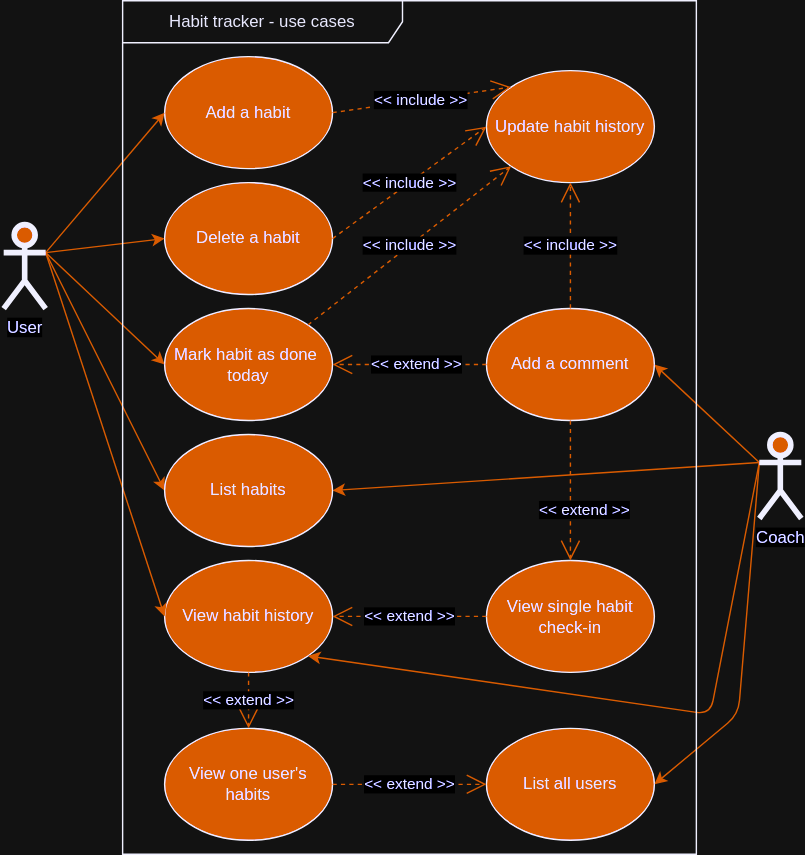
This is Use_Case.drawio.svg from catoja1107/WifiScan, a draw.io export, as it was before one commit. Source tidied: cells renumbered, new cells last; positions are measured from the earlier drawing's top-left corner, leaving out a move shared by most shapes. Its diagram source:
```xml
<mxGraphModel>
  <root>
    <mxCell id="0" />
    <mxCell id="1" parent="0" />
    <mxCell id="2" value="Add a habit" style="ellipse;whiteSpace=wrap;html=1;fillColor=#FF8000;strokeColor=#000066;fontColor=#000099;" parent="1" vertex="1">
      <mxGeometry x="115" y="40" width="120" height="80" as="geometry" />
    </mxCell>
    <mxCell id="3" value="Delete a habit" style="ellipse;whiteSpace=wrap;html=1;fillColor=#FF8000;strokeColor=#000066;fontColor=#000099;" parent="1" vertex="1">
      <mxGeometry x="115" y="130" width="120" height="80" as="geometry" />
    </mxCell>
    <mxCell id="4" value="Mark habit as done&amp;nbsp; today" style="ellipse;whiteSpace=wrap;html=1;fillColor=#FF8000;strokeColor=#000066;fontColor=#000099;" parent="1" vertex="1">
      <mxGeometry x="115" y="220" width="120" height="80" as="geometry" />
    </mxCell>
    <mxCell id="5" value="Add a comment" style="ellipse;whiteSpace=wrap;html=1;fillColor=#FF8000;strokeColor=#000066;fontColor=#000099;" parent="1" vertex="1">
      <mxGeometry x="345" y="220" width="120" height="80" as="geometry" />
    </mxCell>
    <mxCell id="6" value="Update habit history" style="ellipse;whiteSpace=wrap;html=1;fillColor=#FF8000;strokeColor=#000066;fontColor=#000099;" parent="1" vertex="1">
      <mxGeometry x="345" y="50" width="120" height="80" as="geometry" />
    </mxCell>
    <mxCell id="7" value="View habit history" style="ellipse;whiteSpace=wrap;html=1;fillColor=#FF8000;strokeColor=#000066;fontColor=#000099;" parent="1" vertex="1">
      <mxGeometry x="115" y="400" width="120" height="80" as="geometry" />
    </mxCell>
    <mxCell id="8" value="View one user's habits" style="ellipse;whiteSpace=wrap;html=1;fillColor=#FF8000;strokeColor=#000066;fontColor=#000099;" parent="1" vertex="1">
      <mxGeometry x="115" y="520" width="120" height="80" as="geometry" />
    </mxCell>
    <mxCell id="9" value="View single habit check-in" style="ellipse;whiteSpace=wrap;html=1;fillColor=#FF8000;strokeColor=#000066;fontColor=#000099;" parent="1" vertex="1">
      <mxGeometry x="345" y="400" width="120" height="80" as="geometry" />
    </mxCell>
    <mxCell id="10" value="List all users" style="ellipse;whiteSpace=wrap;html=1;fillColor=#FF8000;strokeColor=#000066;fontColor=#000099;" parent="1" vertex="1">
      <mxGeometry x="345" y="520" width="120" height="80" as="geometry" />
    </mxCell>
    <mxCell id="11" style="html=1;exitX=1;exitY=0.3333333333333333;exitPerimeter=0;entryX=0;entryY=0.5;jettySize=auto;fillColor=#f8cecc;strokeColor=#FF8000;curved=1;fontColor=#000099;" parent="1" edge="1" source="16" target="2">
      <mxGeometry relative="1" as="geometry" />
    </mxCell>
    <mxCell id="12" style="html=1;exitX=1;exitY=0.3333333333333333;exitPerimeter=0;entryX=0;entryY=0.5;jettySize=auto;curved=1;fontColor=#000099;strokeColor=#FF8000;" parent="1" edge="1" source="16" target="3">
      <mxGeometry relative="1" as="geometry" />
    </mxCell>
    <mxCell id="13" style="rounded=0;html=1;exitX=1;exitY=0.3333333333333333;exitPerimeter=0;entryX=0;entryY=0.5;jettySize=auto;fontColor=#000099;strokeColor=#FF8000;" parent="1" edge="1" source="16" target="27">
      <mxGeometry relative="1" as="geometry" />
    </mxCell>
    <mxCell id="14" style="edgeStyle=none;curved=1;html=1;exitX=1;exitY=0.3333333333333333;exitPerimeter=0;entryX=0;entryY=0.5;jettySize=auto;strokeColor=#FF8000;fontColor=#000099;" parent="1" edge="1" source="16" target="4">
      <mxGeometry relative="1" as="geometry" />
    </mxCell>
    <mxCell id="15" style="edgeStyle=none;curved=1;html=1;exitX=1;exitY=0.3333333333333333;exitPerimeter=0;jettySize=auto;strokeColor=#FF8000;entryX=0;entryY=0.5;fontColor=#000099;" parent="1" edge="1" source="16" target="7">
      <mxGeometry relative="1" as="geometry" />
    </mxCell>
    <mxCell id="16" value="User" style="shape=umlActor;verticalLabelPosition=bottom;labelBackgroundColor=#ffffff;verticalAlign=top;html=1;strokeWidth=4;fillColor=#FF8000;strokeColor=#000066;fontColor=#000099;" parent="1" vertex="1">
      <mxGeometry y="160" width="30" height="60" as="geometry" />
    </mxCell>
    <mxCell id="17" style="rounded=0;html=1;exitX=0;exitY=0.3333333333333333;exitPerimeter=0;entryX=1;entryY=0.5;jettySize=auto;fontColor=#000099;strokeColor=#FF8000;" parent="1" edge="1" source="21" target="5">
      <mxGeometry relative="1" as="geometry" />
    </mxCell>
    <mxCell id="18" style="edgeStyle=none;curved=1;html=1;exitX=0;exitY=0.3333333333333333;exitPerimeter=0;entryX=1;entryY=0.5;jettySize=auto;strokeColor=#FF8000;fontColor=#000099;" parent="1" edge="1" source="21" target="27">
      <mxGeometry relative="1" as="geometry" />
    </mxCell>
    <mxCell id="19" style="edgeStyle=none;html=1;exitX=0;exitY=0.3333333333333333;exitPerimeter=0;entryX=1;entryY=1;jettySize=auto;strokeColor=#FF8000;rounded=1;fontColor=#000099;" parent="1" edge="1" source="21" target="7">
      <mxGeometry relative="1" as="geometry">
        <Array as="points">
          <mxPoint x="505" y="510" />
        </Array>
      </mxGeometry>
    </mxCell>
    <mxCell id="20" style="edgeStyle=none;rounded=1;html=1;exitX=0;exitY=0.3333333333333333;exitPerimeter=0;entryX=1;entryY=0.5;jettySize=auto;strokeColor=#FF8000;fontSize=14;fontColor=#000099;" parent="1" edge="1" source="21" target="10">
      <mxGeometry relative="1" as="geometry">
        <Array as="points">
          <mxPoint x="525" y="510" />
        </Array>
      </mxGeometry>
    </mxCell>
    <mxCell id="21" value="Coach" style="shape=umlActor;verticalLabelPosition=bottom;labelBackgroundColor=#ffffff;verticalAlign=top;html=1;strokeWidth=4;fillColor=#FF8000;strokeColor=#000066;fontColor=#000099;" parent="1" vertex="1">
      <mxGeometry x="540" y="310" width="30" height="60" as="geometry" />
    </mxCell>
    <mxCell id="22" value="&amp;lt;&amp;lt; extend &amp;gt;&amp;gt;" style="endArrow=open;endSize=12;dashed=1;html=1;exitX=0;exitY=0.5;entryX=1;entryY=0.5;fontColor=#000099;strokeColor=#FF8000;" parent="1" edge="1" source="9" target="7">
      <mxGeometry relative="1" as="geometry" />
    </mxCell>
    <mxCell id="23" value="Habit tracker - use cases" style="shape=umlFrame;whiteSpace=wrap;html=1;strokeWidth=1;fillColor=none;width=200;height=30;fontColor=#000099;strokeColor=#000066;" parent="1" vertex="1">
      <mxGeometry x="85" width="410" height="610" as="geometry" />
    </mxCell>
    <mxCell id="24" value="&amp;lt;&amp;lt; include &amp;gt;&amp;gt;" style="endArrow=open;endSize=12;dashed=1;html=1;exitX=1;exitY=0;entryX=0;entryY=1;fontColor=#000099;strokeColor=#FF8000;" parent="1" edge="1" source="4" target="6">
      <mxGeometry relative="1" as="geometry" />
    </mxCell>
    <mxCell id="25" value="&amp;lt;&amp;lt; extend &amp;gt;&amp;gt;" style="endArrow=open;endSize=12;dashed=1;html=1;exitX=0.5;exitY=1;entryX=0.5;entryY=0;fontColor=#000099;strokeColor=#FF8000;" parent="1" edge="1" source="5" target="9">
      <mxGeometry x="0.27" y="10" relative="1" as="geometry" />
    </mxCell>
    <mxCell id="26" value="&amp;lt;&amp;lt; extend &amp;gt;&amp;gt;" style="endArrow=open;endSize=12;dashed=1;html=1;entryX=1;entryY=0.5;exitX=0;exitY=0.5;fontColor=#000099;strokeColor=#FF8000;" parent="1" edge="1" source="5" target="4">
      <mxGeometry x="-0.09" relative="1" as="geometry" />
    </mxCell>
    <mxCell id="27" value="List habits" style="ellipse;whiteSpace=wrap;html=1;fillColor=#FF8000;strokeColor=#000066;fontColor=#000099;" parent="1" vertex="1">
      <mxGeometry x="115" y="310" width="120" height="80" as="geometry" />
    </mxCell>
    <mxCell id="28" value="&amp;lt;&amp;lt; include &amp;gt;&amp;gt;" style="endArrow=open;endSize=12;dashed=1;html=1;exitX=1;exitY=0.5;entryX=0;entryY=0.5;fontColor=#000099;strokeColor=#FF8000;" parent="1" edge="1" source="3" target="6">
      <mxGeometry relative="1" as="geometry" />
    </mxCell>
    <mxCell id="29" value="&amp;lt;&amp;lt; include &amp;gt;&amp;gt;" style="endArrow=open;endSize=12;dashed=1;html=1;exitX=1;exitY=0.5;entryX=0;entryY=0;fontColor=#000099;strokeColor=#FF8000;" parent="1" edge="1" source="2" target="6">
      <mxGeometry relative="1" as="geometry" />
    </mxCell>
    <mxCell id="30" value="&amp;lt;&amp;lt; include &amp;gt;&amp;gt;" style="endArrow=open;endSize=12;dashed=1;html=1;exitX=0.5;exitY=0;entryX=0.5;entryY=1;fontColor=#000099;strokeColor=#FF8000;" parent="1" edge="1" source="5" target="6">
      <mxGeometry relative="1" as="geometry" />
    </mxCell>
    <mxCell id="31" value="&amp;lt;&amp;lt; extend &amp;gt;&amp;gt;" style="endArrow=open;endSize=12;dashed=1;html=1;exitX=1;exitY=0.5;entryX=0;entryY=0.5;fontColor=#000099;strokeColor=#FF8000;" parent="1" edge="1" source="8" target="10">
      <mxGeometry relative="1" as="geometry" />
    </mxCell>
    <mxCell id="32" value="&amp;lt;&amp;lt; extend &amp;gt;&amp;gt;" style="endArrow=open;endSize=12;dashed=1;html=1;exitX=0.5;exitY=1;entryX=0.5;entryY=0;fontColor=#000099;strokeColor=#FF8000;" parent="1" edge="1" source="7" target="8">
      <mxGeometry relative="1" as="geometry" />
    </mxCell>
  </root>
</mxGraphModel>
```
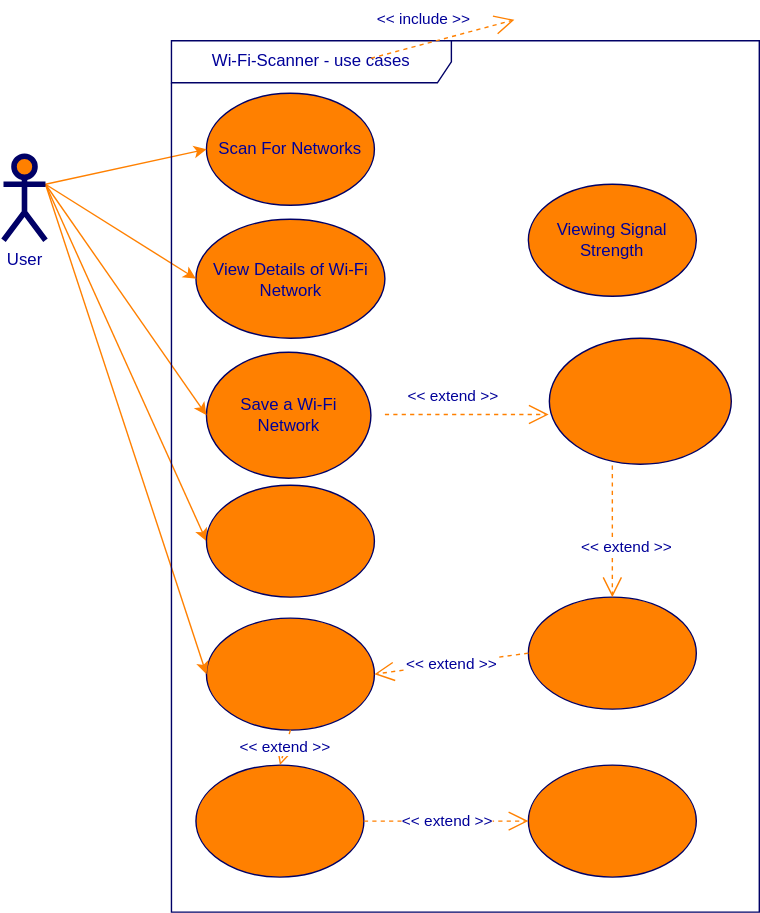
The same diagram one commit later.

Change to the diagram source:
```diff
@@ -2,31 +2,28 @@
   <root>
     <mxCell id="0" />
     <mxCell id="1" parent="0" />
-    <mxCell id="2" value="Add a habit" style="ellipse;whiteSpace=wrap;html=1;fillColor=#FF8000;strokeColor=#000066;fontColor=#000099;" parent="1" vertex="1">
+    <mxCell id="2" value="Scan For Networks" style="ellipse;whiteSpace=wrap;html=1;fillColor=#FF8000;strokeColor=#000066;fontColor=#000099;" parent="1" vertex="1">
       <mxGeometry x="115" y="40" width="120" height="80" as="geometry" />
     </mxCell>
-    <mxCell id="3" value="Delete a habit" style="ellipse;whiteSpace=wrap;html=1;fillColor=#FF8000;strokeColor=#000066;fontColor=#000099;" parent="1" vertex="1">
-      <mxGeometry x="115" y="130" width="120" height="80" as="geometry" />
+    <mxCell id="3" value="View Details of Wi-Fi Network" style="ellipse;whiteSpace=wrap;html=1;fillColor=#FF8000;strokeColor=#000066;fontColor=#000099;" parent="1" vertex="1">
+      <mxGeometry x="107.5" y="130" width="135" height="85" as="geometry" />
     </mxCell>
-    <mxCell id="4" value="Mark habit as done&amp;nbsp; today" style="ellipse;whiteSpace=wrap;html=1;fillColor=#FF8000;strokeColor=#000066;fontColor=#000099;" parent="1" vertex="1">
-      <mxGeometry x="115" y="220" width="120" height="80" as="geometry" />
+    <mxCell id="4" value="Save a Wi-Fi Network" style="ellipse;whiteSpace=wrap;html=1;fillColor=#FF8000;strokeColor=#000066;fontColor=#000099;" parent="1" vertex="1">
+      <mxGeometry x="115" y="225" width="117.5" height="90" as="geometry" />
     </mxCell>
-    <mxCell id="5" value="Add a comment" style="ellipse;whiteSpace=wrap;html=1;fillColor=#FF8000;strokeColor=#000066;fontColor=#000099;" parent="1" vertex="1">
-      <mxGeometry x="345" y="220" width="120" height="80" as="geometry" />
-    </mxCell>
-    <mxCell id="6" value="Update habit history" style="ellipse;whiteSpace=wrap;html=1;fillColor=#FF8000;strokeColor=#000066;fontColor=#000099;" parent="1" vertex="1">
-      <mxGeometry x="345" y="50" width="120" height="80" as="geometry" />
+    <mxCell id="6" value="Viewing Signal Strength" style="ellipse;whiteSpace=wrap;html=1;fillColor=#FF8000;strokeColor=#000066;fontColor=#000099;" parent="1" vertex="1">
+      <mxGeometry x="345" y="105" width="120" height="80" as="geometry" />
     </mxCell>
-    <mxCell id="7" value="View habit history" style="ellipse;whiteSpace=wrap;html=1;fillColor=#FF8000;strokeColor=#000066;fontColor=#000099;" parent="1" vertex="1">
-      <mxGeometry x="115" y="400" width="120" height="80" as="geometry" />
+    <mxCell id="7" style="ellipse;whiteSpace=wrap;html=1;fillColor=#FF8000;strokeColor=#000066;fontColor=#000099;" parent="1" vertex="1">
+      <mxGeometry x="115" y="415" width="120" height="80" as="geometry" />
     </mxCell>
-    <mxCell id="8" value="View one user's habits" style="ellipse;whiteSpace=wrap;html=1;fillColor=#FF8000;strokeColor=#000066;fontColor=#000099;" parent="1" vertex="1">
-      <mxGeometry x="115" y="520" width="120" height="80" as="geometry" />
+    <mxCell id="8" style="ellipse;whiteSpace=wrap;html=1;fillColor=#FF8000;strokeColor=#000066;fontColor=#000099;" parent="1" vertex="1">
+      <mxGeometry x="107.5" y="520" width="120" height="80" as="geometry" />
     </mxCell>
-    <mxCell id="9" value="View single habit check-in" style="ellipse;whiteSpace=wrap;html=1;fillColor=#FF8000;strokeColor=#000066;fontColor=#000099;" parent="1" vertex="1">
+    <mxCell id="9" style="ellipse;whiteSpace=wrap;html=1;fillColor=#FF8000;strokeColor=#000066;fontColor=#000099;" parent="1" vertex="1">
       <mxGeometry x="345" y="400" width="120" height="80" as="geometry" />
     </mxCell>
-    <mxCell id="10" value="List all users" style="ellipse;whiteSpace=wrap;html=1;fillColor=#FF8000;strokeColor=#000066;fontColor=#000099;" parent="1" vertex="1">
+    <mxCell id="10" style="ellipse;whiteSpace=wrap;html=1;fillColor=#FF8000;strokeColor=#000066;fontColor=#000099;" parent="1" vertex="1">
       <mxGeometry x="345" y="520" width="120" height="80" as="geometry" />
     </mxCell>
     <mxCell id="11" style="html=1;exitX=1;exitY=0.3333333333333333;exitPerimeter=0;entryX=0;entryY=0.5;jettySize=auto;fillColor=#f8cecc;strokeColor=#FF8000;curved=1;fontColor=#000099;" parent="1" edge="1" source="16" target="2">
@@ -45,63 +42,46 @@
       <mxGeometry relative="1" as="geometry" />
     </mxCell>
     <mxCell id="16" value="User" style="shape=umlActor;verticalLabelPosition=bottom;labelBackgroundColor=#ffffff;verticalAlign=top;html=1;strokeWidth=4;fillColor=#FF8000;strokeColor=#000066;fontColor=#000099;" parent="1" vertex="1">
-      <mxGeometry y="160" width="30" height="60" as="geometry" />
+      <mxGeometry x="-30" y="85" width="30" height="60" as="geometry" />
     </mxCell>
-    <mxCell id="17" style="rounded=0;html=1;exitX=0;exitY=0.3333333333333333;exitPerimeter=0;entryX=1;entryY=0.5;jettySize=auto;fontColor=#000099;strokeColor=#FF8000;" parent="1" edge="1" source="21" target="5">
-      <mxGeometry relative="1" as="geometry" />
-    </mxCell>
-    <mxCell id="18" style="edgeStyle=none;curved=1;html=1;exitX=0;exitY=0.3333333333333333;exitPerimeter=0;entryX=1;entryY=0.5;jettySize=auto;strokeColor=#FF8000;fontColor=#000099;" parent="1" edge="1" source="21" target="27">
-      <mxGeometry relative="1" as="geometry" />
-    </mxCell>
-    <mxCell id="19" style="edgeStyle=none;html=1;exitX=0;exitY=0.3333333333333333;exitPerimeter=0;entryX=1;entryY=1;jettySize=auto;strokeColor=#FF8000;rounded=1;fontColor=#000099;" parent="1" edge="1" source="21" target="7">
-      <mxGeometry relative="1" as="geometry">
-        <Array as="points">
-          <mxPoint x="505" y="510" />
-        </Array>
-      </mxGeometry>
-    </mxCell>
-    <mxCell id="20" style="edgeStyle=none;rounded=1;html=1;exitX=0;exitY=0.3333333333333333;exitPerimeter=0;entryX=1;entryY=0.5;jettySize=auto;strokeColor=#FF8000;fontSize=14;fontColor=#000099;" parent="1" edge="1" source="21" target="10">
-      <mxGeometry relative="1" as="geometry">
-        <Array as="points">
-          <mxPoint x="525" y="510" />
-        </Array>
-      </mxGeometry>
-    </mxCell>
-    <mxCell id="21" value="Coach" style="shape=umlActor;verticalLabelPosition=bottom;labelBackgroundColor=#ffffff;verticalAlign=top;html=1;strokeWidth=4;fillColor=#FF8000;strokeColor=#000066;fontColor=#000099;" parent="1" vertex="1">
-      <mxGeometry x="540" y="310" width="30" height="60" as="geometry" />
-    </mxCell>
     <mxCell id="22" value="&amp;lt;&amp;lt; extend &amp;gt;&amp;gt;" style="endArrow=open;endSize=12;dashed=1;html=1;exitX=0;exitY=0.5;entryX=1;entryY=0.5;fontColor=#000099;strokeColor=#FF8000;" parent="1" edge="1" source="9" target="7">
       <mxGeometry relative="1" as="geometry" />
     </mxCell>
-    <mxCell id="23" value="Habit tracker - use cases" style="shape=umlFrame;whiteSpace=wrap;html=1;strokeWidth=1;fillColor=none;width=200;height=30;fontColor=#000099;strokeColor=#000066;" parent="1" vertex="1">
-      <mxGeometry x="85" width="410" height="610" as="geometry" />
+    <mxCell id="23" value="Wi-Fi-Scanner - use cases" style="shape=umlFrame;whiteSpace=wrap;html=1;strokeWidth=1;fillColor=none;width=200;height=30;fontColor=#000099;strokeColor=#000066;" parent="1" vertex="1">
+      <mxGeometry x="90" y="2.5" width="420" height="622.5" as="geometry" />
     </mxCell>
-    <mxCell id="24" value="&amp;lt;&amp;lt; include &amp;gt;&amp;gt;" style="endArrow=open;endSize=12;dashed=1;html=1;exitX=1;exitY=0;entryX=0;entryY=1;fontColor=#000099;strokeColor=#FF8000;" parent="1" edge="1" source="4" target="6">
-      <mxGeometry relative="1" as="geometry" />
-    </mxCell>
-    <mxCell id="25" value="&amp;lt;&amp;lt; extend &amp;gt;&amp;gt;" style="endArrow=open;endSize=12;dashed=1;html=1;exitX=0.5;exitY=1;entryX=0.5;entryY=0;fontColor=#000099;strokeColor=#FF8000;" parent="1" edge="1" source="5" target="9">
-      <mxGeometry x="0.27" y="10" relative="1" as="geometry" />
+    <mxCell id="25" value="&amp;lt;&amp;lt; extend &amp;gt;&amp;gt;" style="endArrow=open;endSize=12;dashed=1;html=1;exitX=0.5;exitY=1;entryX=0.5;entryY=0;fontColor=#000099;strokeColor=#FF8000;" parent="1" edge="1" target="9">
+      <mxGeometry x="0.27" y="10" relative="1" as="geometry">
+        <mxPoint x="405" y="300" as="sourcePoint" />
+      </mxGeometry>
     </mxCell>
-    <mxCell id="26" value="&amp;lt;&amp;lt; extend &amp;gt;&amp;gt;" style="endArrow=open;endSize=12;dashed=1;html=1;entryX=1;entryY=0.5;exitX=0;exitY=0.5;fontColor=#000099;strokeColor=#FF8000;" parent="1" edge="1" source="5" target="4">
-      <mxGeometry x="-0.09" relative="1" as="geometry" />
-    </mxCell>
-    <mxCell id="27" value="List habits" style="ellipse;whiteSpace=wrap;html=1;fillColor=#FF8000;strokeColor=#000066;fontColor=#000099;" parent="1" vertex="1">
-      <mxGeometry x="115" y="310" width="120" height="80" as="geometry" />
+    <mxCell id="27" style="ellipse;whiteSpace=wrap;html=1;fillColor=#FF8000;strokeColor=#000066;fontColor=#000099;" parent="1" vertex="1">
+      <mxGeometry x="115" y="320" width="120" height="80" as="geometry" />
     </mxCell>
-    <mxCell id="28" value="&amp;lt;&amp;lt; include &amp;gt;&amp;gt;" style="endArrow=open;endSize=12;dashed=1;html=1;exitX=1;exitY=0.5;entryX=0;entryY=0.5;fontColor=#000099;strokeColor=#FF8000;" parent="1" edge="1" source="3" target="6">
-      <mxGeometry relative="1" as="geometry" />
+    <mxCell id="28" value="&amp;lt;&amp;lt; include &amp;gt;&amp;gt;" style="endArrow=open;endSize=12;dashed=1;html=1;exitX=1;exitY=0.5;entryX=0;entryY=0.5;fontColor=#000099;strokeColor=#FF8000;" parent="1" edge="1">
+      <mxGeometry x="-0.18" y="17" relative="1" as="geometry">
+        <mxPoint x="232.5" y="15" as="sourcePoint" />
+        <mxPoint x="335" y="-12.5" as="targetPoint" />
+      </mxGeometry>
     </mxCell>
-    <mxCell id="29" value="&amp;lt;&amp;lt; include &amp;gt;&amp;gt;" style="endArrow=open;endSize=12;dashed=1;html=1;exitX=1;exitY=0.5;entryX=0;entryY=0;fontColor=#000099;strokeColor=#FF8000;" parent="1" edge="1" source="2" target="6">
-      <mxGeometry relative="1" as="geometry" />
-    </mxCell>
-    <mxCell id="30" value="&amp;lt;&amp;lt; include &amp;gt;&amp;gt;" style="endArrow=open;endSize=12;dashed=1;html=1;exitX=0.5;exitY=0;entryX=0.5;entryY=1;fontColor=#000099;strokeColor=#FF8000;" parent="1" edge="1" source="5" target="6">
-      <mxGeometry relative="1" as="geometry" />
-    </mxCell>
     <mxCell id="31" value="&amp;lt;&amp;lt; extend &amp;gt;&amp;gt;" style="endArrow=open;endSize=12;dashed=1;html=1;exitX=1;exitY=0.5;entryX=0;entryY=0.5;fontColor=#000099;strokeColor=#FF8000;" parent="1" edge="1" source="8" target="10">
       <mxGeometry relative="1" as="geometry" />
     </mxCell>
     <mxCell id="32" value="&amp;lt;&amp;lt; extend &amp;gt;&amp;gt;" style="endArrow=open;endSize=12;dashed=1;html=1;exitX=0.5;exitY=1;entryX=0.5;entryY=0;fontColor=#000099;strokeColor=#FF8000;" parent="1" edge="1" source="7" target="8">
       <mxGeometry relative="1" as="geometry" />
     </mxCell>
+    <mxCell id="33" style="ellipse;whiteSpace=wrap;html=1;fillColor=#FF8000;strokeColor=#000066;fontColor=#000099;" parent="1" vertex="1">
+      <mxGeometry x="360" y="215" width="130" height="90" as="geometry" />
+    </mxCell>
+    <mxCell id="26" value="&amp;lt;&amp;lt; extend &amp;gt;&amp;gt;" style="endArrow=open;endSize=12;dashed=1;html=1;exitX=1;exitY=0.5;entryX=0;entryY=0.5;fontColor=#000099;strokeColor=#FF8000;" parent="1" edge="1">
+      <mxGeometry x="-0.19" y="15" relative="1" as="geometry">
+        <mxPoint x="242.5" y="269.5" as="sourcePoint" />
+        <mxPoint x="359.5" y="269.5" as="targetPoint" />
+        <Array as="points">
+          <mxPoint x="302.5" y="269.5" />
+        </Array>
+        <mxPoint y="1" as="offset" />
+      </mxGeometry>
+    </mxCell>
   </root>
 </mxGraphModel>
```
